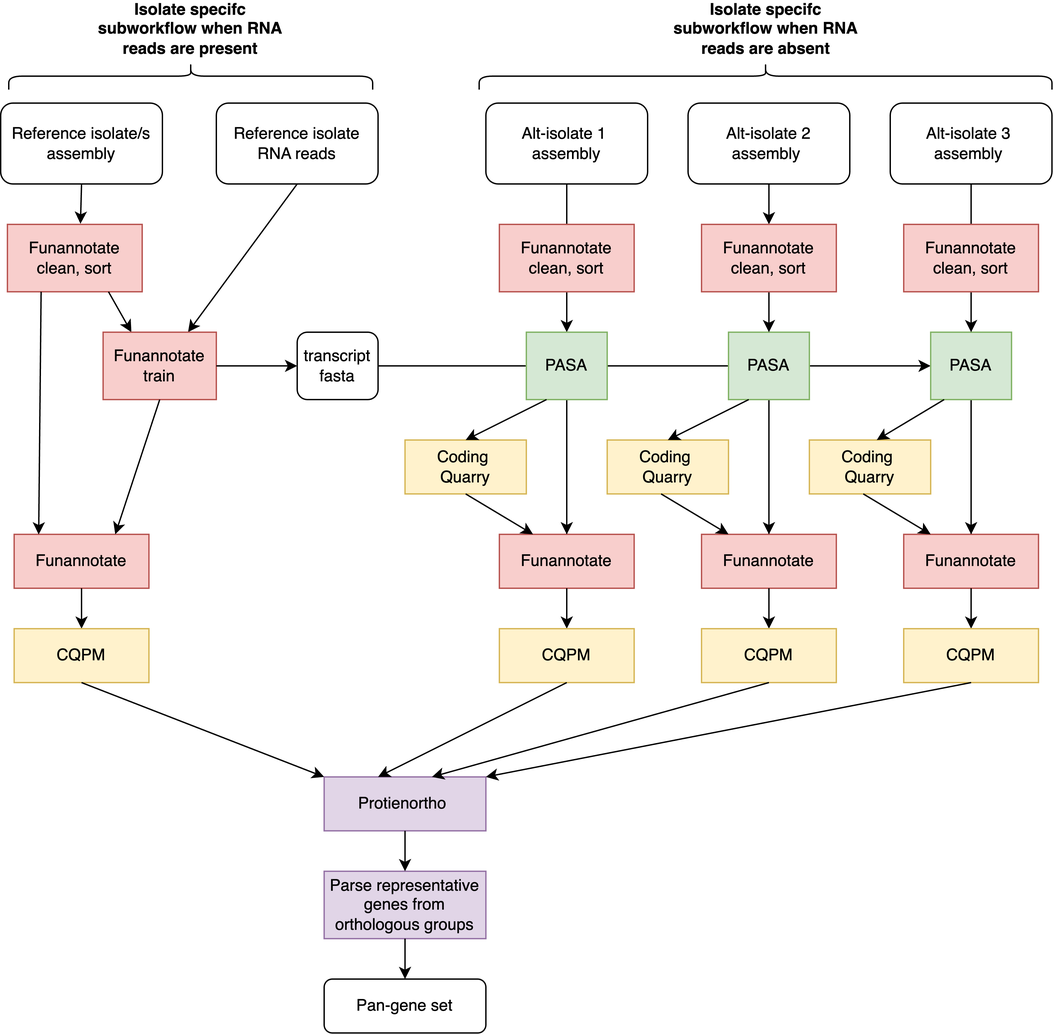
Above: docs/source/images/Annotate-pangenome.drawio.png in KristinaGagalova/MycoProcessor (draw.io), before the change. Source tidied: cells renumbered, new cells last; positions are measured from the earlier drawing's top-left corner, leaving out a move shared by most shapes.
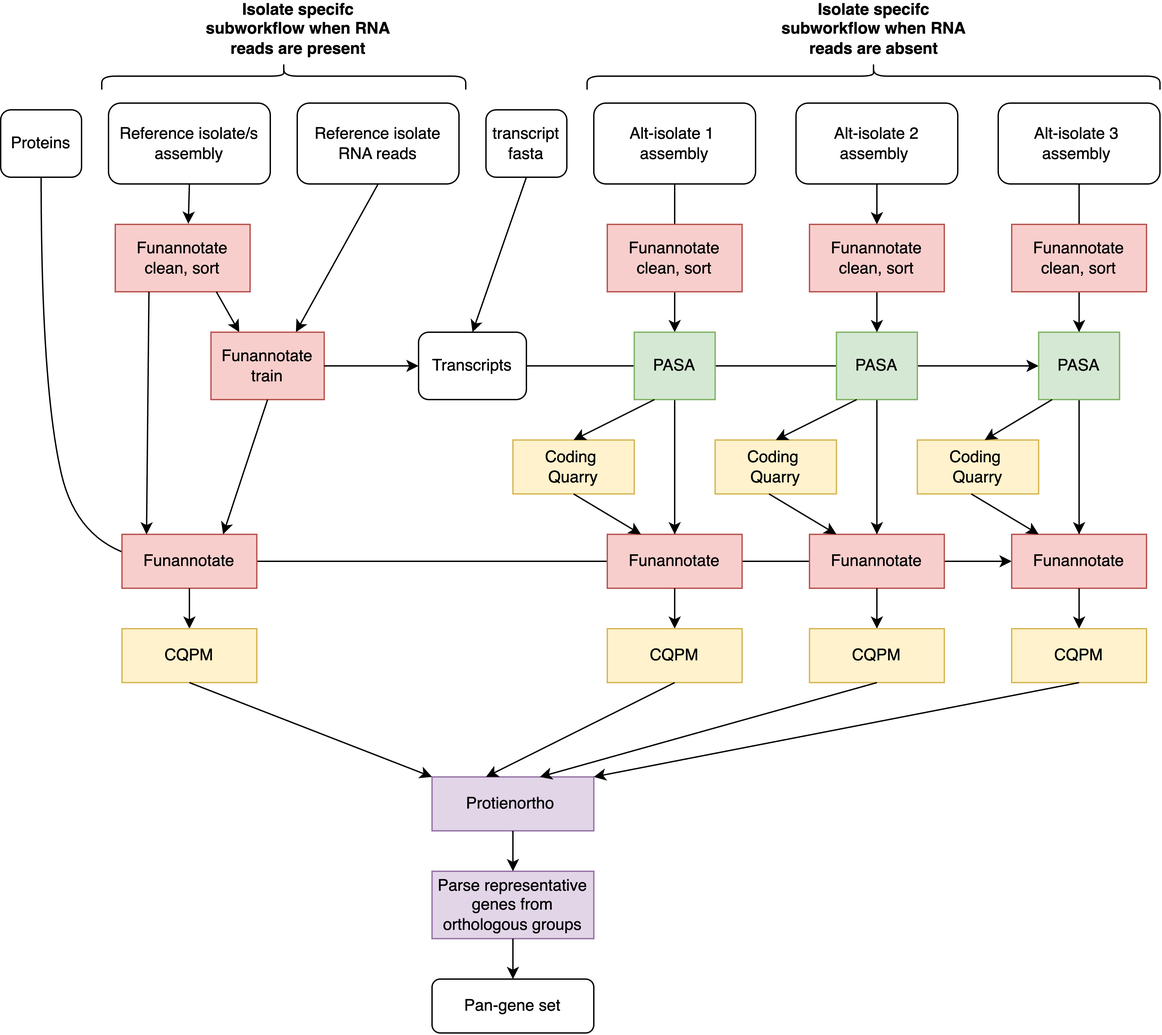
Later version of the same file.

Commit message:
updated annotate-pangenome docs

Change to the diagram source:
```diff
@@ -2,6 +2,16 @@
   <root>
     <mxCell id="0" />
     <mxCell id="1" parent="0" />
+    <mxCell id="67" style="curved=1;endArrow=classic;html=1;rounded=0;exitX=0.5;exitY=1;exitDx=0;exitDy=0;entryX=0;entryY=0.5;entryDx=0;entryDy=0;" parent="1" edge="1" source="68" target="36">
+      <mxGeometry relative="1" as="geometry">
+        <Array as="points">
+          <mxPoint x="-50" y="442" />
+          <mxPoint x="-20" y="572" />
+          <mxPoint x="120" y="572" />
+          <mxPoint x="250" y="572" />
+        </Array>
+      </mxGeometry>
+    </mxCell>
     <mxCell id="2" style="endArrow=classic;html=1;rounded=0;exitX=1;exitY=0.5;exitDx=0;exitDy=0;entryX=0;entryY=0.5;entryDx=0;entryDy=0;" parent="1" edge="1" source="8" target="35">
       <mxGeometry relative="1" as="geometry" />
     </mxCell>
@@ -15,13 +25,13 @@
       <mxGeometry relative="1" as="geometry" />
     </mxCell>
     <mxCell id="6" value="Reference isolate&lt;div&gt;RNA reads&lt;/div&gt;" style="rounded=1;whiteSpace=wrap;html=1;" parent="1" vertex="1">
-      <mxGeometry x="160" y="232" width="120" height="60" as="geometry" />
+      <mxGeometry x="140" y="232" width="120" height="60" as="geometry" />
     </mxCell>
     <mxCell id="7" style="endArrow=classic;html=1;rounded=0;exitX=0.5;exitY=1;exitDx=0;exitDy=0;entryX=0.75;entryY=0;entryDx=0;entryDy=0;" parent="1" edge="1" source="6" target="9">
       <mxGeometry relative="1" as="geometry" />
     </mxCell>
-    <mxCell id="8" value="transcript&lt;div&gt;fasta&lt;/div&gt;" style="rounded=1;whiteSpace=wrap;html=1;" parent="1" vertex="1">
-      <mxGeometry x="220" y="402" width="60" height="50" as="geometry" />
+    <mxCell id="8" value="Transcripts" style="rounded=1;whiteSpace=wrap;html=1;" parent="1" vertex="1">
+      <mxGeometry x="230" y="402" width="80" height="50" as="geometry" />
     </mxCell>
     <mxCell id="9" value="Funannotate&lt;div&gt;train&lt;/div&gt;" style="rounded=0;whiteSpace=wrap;html=1;fillColor=#f8cecc;strokeColor=#b85450;" parent="1" vertex="1">
       <mxGeometry x="76" y="402" width="84" height="50" as="geometry" />
@@ -212,7 +222,7 @@
       <mxGeometry x="670" y="322" width="100" height="50" as="geometry" />
     </mxCell>
     <mxCell id="64" style="shape=curlyBracket;whiteSpace=wrap;html=1;rounded=1;labelPosition=left;verticalLabelPosition=middle;align=right;verticalAlign=middle;rotation=90;" parent="1" vertex="1">
-      <mxGeometry x="131" y="77" width="20" height="270" as="geometry" />
+      <mxGeometry x="120" y="77" width="20" height="270" as="geometry" />
     </mxCell>
     <mxCell id="65" style="shape=curlyBracket;whiteSpace=wrap;html=1;rounded=1;labelPosition=left;verticalLabelPosition=middle;align=right;verticalAlign=middle;rotation=90;" parent="1" vertex="1">
       <mxGeometry x="557.5" y="-0.5" width="20" height="425" as="geometry" />
@@ -220,5 +230,14 @@
     <mxCell id="66" value="&lt;b&gt;Isolate specifc subworkflow when RNA reads are absent&lt;/b&gt;" style="text;html=1;align=center;verticalAlign=middle;whiteSpace=wrap;rounded=0;" parent="1" vertex="1">
       <mxGeometry x="490.5" y="162" width="154" height="30" as="geometry" />
     </mxCell>
+    <mxCell id="68" value="Proteins" style="rounded=1;whiteSpace=wrap;html=1;" parent="1" vertex="1">
+      <mxGeometry x="-80" y="237" width="60" height="50" as="geometry" />
+    </mxCell>
+    <mxCell id="69" value="transcript&lt;div&gt;fasta&lt;/div&gt;" style="rounded=1;whiteSpace=wrap;html=1;" parent="1" vertex="1">
+      <mxGeometry x="280" y="237" width="60" height="50" as="geometry" />
+    </mxCell>
+    <mxCell id="70" style="endArrow=classic;html=1;rounded=0;exitX=0.5;exitY=1;exitDx=0;exitDy=0;entryX=0.5;entryY=0;entryDx=0;entryDy=0;" parent="1" edge="1" source="69" target="8">
+      <mxGeometry relative="1" as="geometry" />
+    </mxCell>
   </root>
 </mxGraphModel>
```
